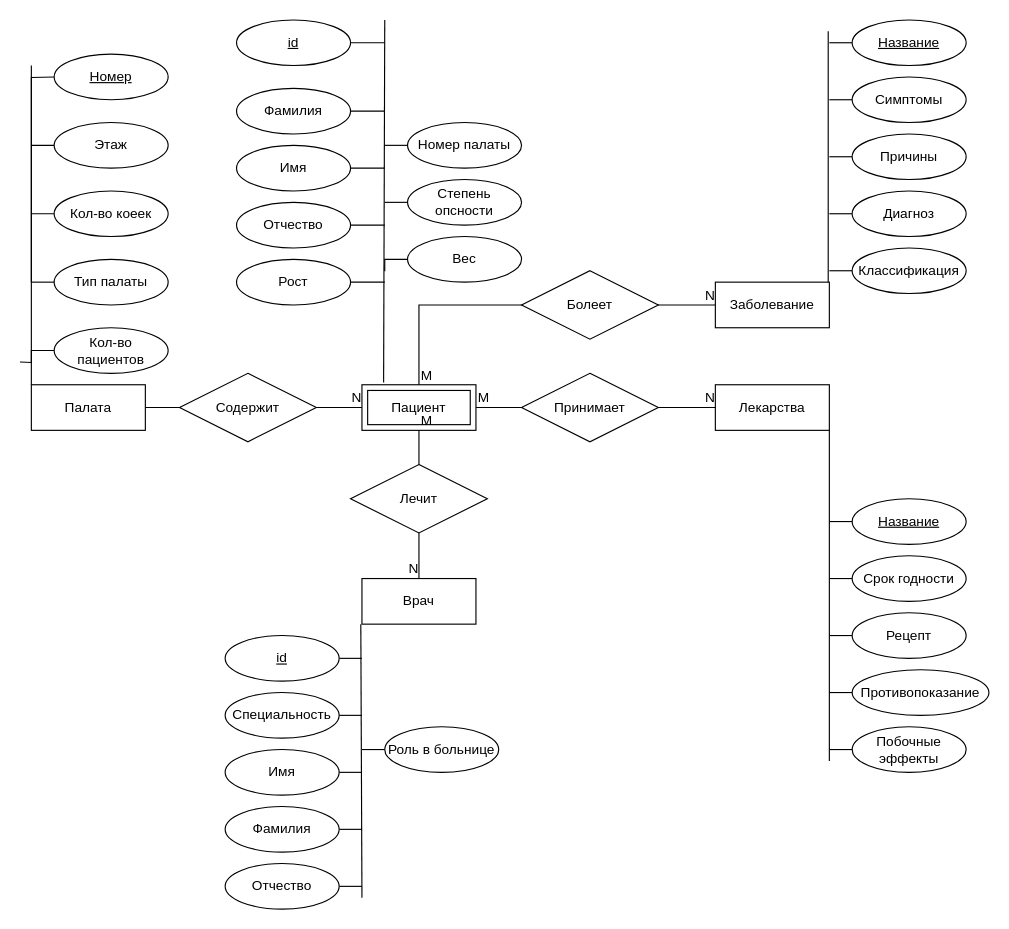
Before: lab-01/Psyho.drawio in xanderkov/ics7-db, a draw.io diagram. Source tidied: cells renumbered, new cells numbered last; positions are measured from the earlier drawing's top-left corner, leaving out a move shared by most shapes. Both pictures are drawn from the tidied source at 114%, with x=0, y=0 at pixel (19, 19).
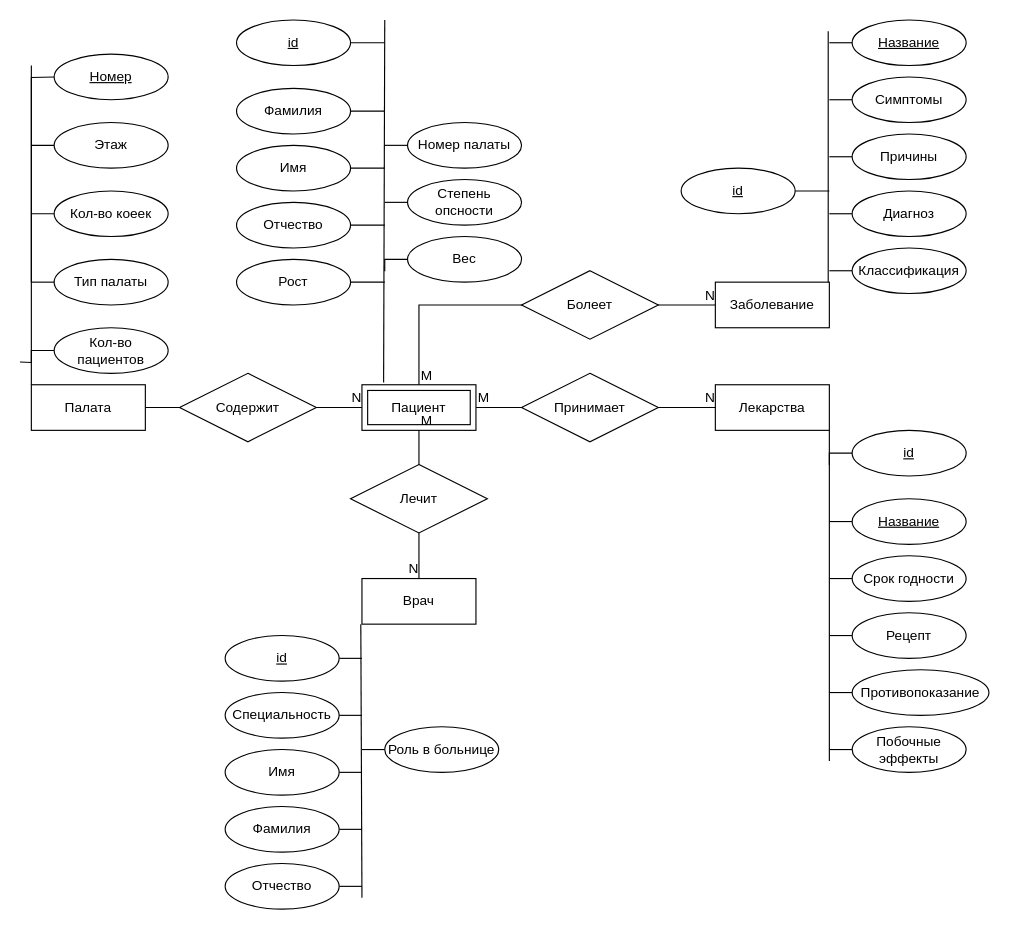
After the change.

Diff of the diagram source:
```diff
@@
+    <mxCell id="87" style="edgeStyle=orthogonalEdgeStyle;rounded=0;jettySize=auto;html=1;endArrow=none;endFill=0;" parent="1" edge="1" source="88">
+      <mxGeometry relative="1" as="geometry">
+        <mxPoint x="710" y="390" as="targetPoint" />
+      </mxGeometry>
+    </mxCell>
+    <mxCell id="88" value="id" style="ellipse;whiteSpace=wrap;html=1;align=center;fontStyle=4;" parent="1" vertex="1">
+      <mxGeometry x="730" y="360" width="100" height="40" as="geometry" />
+    </mxCell>
+    <mxCell id="89" style="edgeStyle=orthogonalEdgeStyle;rounded=0;jettySize=auto;html=1;endArrow=none;endFill=0;" parent="1" edge="1" source="90">
+      <mxGeometry relative="1" as="geometry">
+        <mxPoint x="710" y="150" as="targetPoint" />
+      </mxGeometry>
+    </mxCell>
+    <mxCell id="90" value="id" style="ellipse;whiteSpace=wrap;html=1;align=center;fontStyle=4;" parent="1" vertex="1">
+      <mxGeometry x="580" y="130" width="100" height="40" as="geometry" />
+    </mxCell>
```
